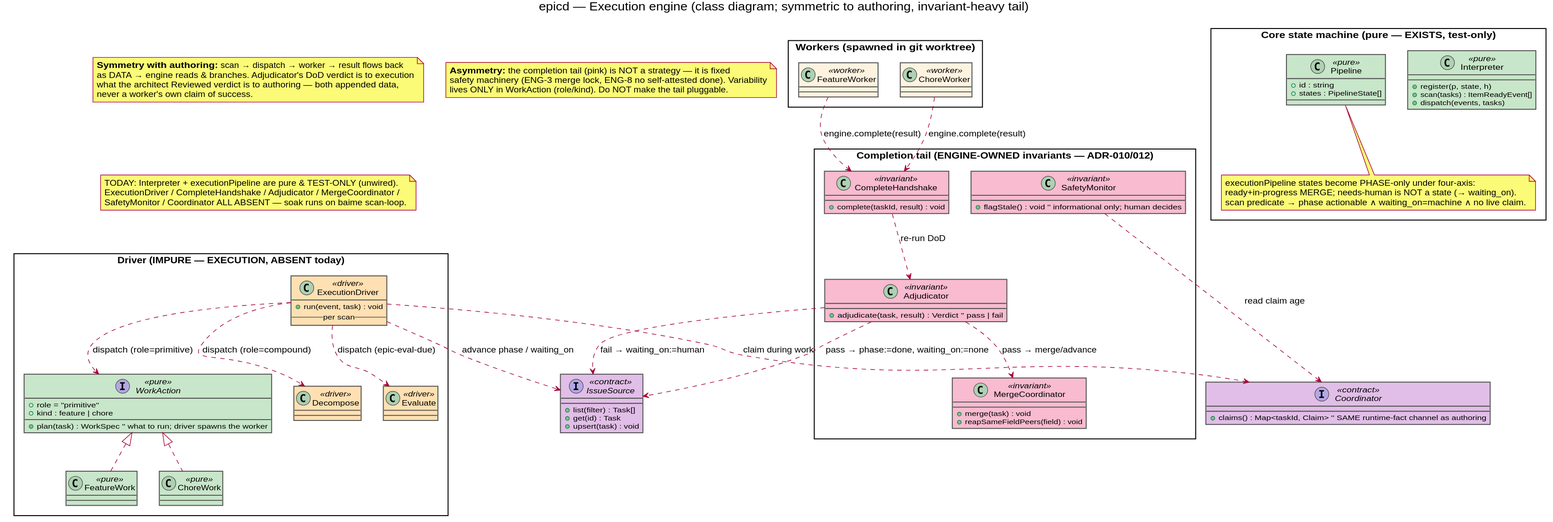
Before: docs/uml/epicd-execution-class.svg, a diagram exported from PlantUML (yaleh/epicd). The source it was exported from:
```plantuml
@startuml epicd-execution-class

skinparam backgroundColor #FFFFFF
skinparam shadowing false
skinparam class {
  BorderColor #555555
  BackgroundColor #E8F0FE
  BackgroundColor<<pure>> #C8E6C9
  BackgroundColor<<driver>> #FFE0B2
  BackgroundColor<<worker>> #FFF3E0
  BackgroundColor<<invariant>> #F8BBD0
  BackgroundColor<<contract>> #E1BEE7
}
skinparam packageStyle rectangle

title epicd — Execution engine (class diagram; symmetric to authoring, invariant-heavy tail)

package "Core state machine  (pure — EXISTS, test-only)" {
  class Interpreter <<pure>> {
    +register(p, state, h)
    +scan(tasks) : ItemReadyEvent[]
    +dispatch(events, tasks)
  }
  class Pipeline <<pure>> {
    +id : string
    +states : PipelineState[]
  }
  note bottom of Pipeline
    executionPipeline states become PHASE-only under four-axis:
    ready+in-progress MERGE; needs-human is NOT a state (→ waiting_on).
    scan predicate → phase actionable ∧ waiting_on=machine ∧ no live claim.
  end note
}

package "Driver  (IMPURE — EXECUTION, ABSENT today)" {
  class ExecutionDriver <<driver>> {
    +run(event, task) : void
    -- per scan --
  }
  interface WorkAction <<pure>> {
    +role = "primitive"
    +kind : feature | chore
    +plan(task) : WorkSpec   '' what to run; driver spawns the worker
  }
  class FeatureWork <<pure>> {
  }
  class ChoreWork <<pure>> {
  }
  class Decompose <<driver>> {
  }
  class Evaluate <<driver>> {
  }
  WorkAction <|.. FeatureWork
  WorkAction <|.. ChoreWork
  ExecutionDriver ..> WorkAction : dispatch (role=primitive)
  ExecutionDriver ..> Decompose : dispatch (role=compound)
  ExecutionDriver ..> Evaluate  : dispatch (epic-eval-due)
}

package "Workers  (spawned in git worktree)" {
  class FeatureWorker <<worker>> {
  }
  class ChoreWorker <<worker>> {
  }
}

package "Completion tail  (ENGINE-OWNED invariants — ADR-010/012)" {
  class CompleteHandshake <<invariant>> {
    +complete(taskId, result) : void
  }
  class Adjudicator <<invariant>> {
    +adjudicate(task, result) : Verdict   '' pass | fail
  }
  class MergeCoordinator <<invariant>> {
    +merge(task) : void
    +reapSameFieldPeers(field) : void
  }
  class SafetyMonitor <<invariant>> {
    +flagStale() : void   '' informational only; human decides
  }
  CompleteHandshake ..> Adjudicator : re-run DoD
  Adjudicator ..> MergeCoordinator : pass → merge/advance
}

interface IssueSource <<contract>> {
  +list(filter) : Task[]
  +get(id) : Task
  +upsert(task) : void
}
interface Coordinator <<contract>> {
  +claims() : Map<taskId, Claim>   '' SAME runtime-fact channel as authoring
}

ExecutionDriver ..> Coordinator : claim during work
ExecutionDriver ..> IssueSource : advance phase / waiting_on
FeatureWorker ..> CompleteHandshake : engine.complete(result)
ChoreWorker ..> CompleteHandshake : engine.complete(result)
Adjudicator ..> IssueSource : pass → phase:=done, waiting_on:=none
Adjudicator ..> IssueSource : fail → waiting_on:=human
SafetyMonitor ..> Coordinator : read claim age

note as N_symmetry
  **Symmetry with authoring:** scan → dispatch → worker → result flows back
  as DATA → engine reads & branches. Adjudicator's DoD verdict is to execution
  what the architect Reviewed verdict is to authoring — both appended data,
  never a worker's own claim of success.
end note
note as N_asymmetry
  **Asymmetry:** the completion tail (pink) is NOT a strategy — it is fixed
  safety machinery (ENG-3 merge lock, ENG-8 no self-attested done). Variability
  lives ONLY in WorkAction (role/kind). Do NOT make the tail pluggable.
end note
note as N_today
  TODAY: Interpreter + executionPipeline are pure & TEST-ONLY (unwired).
  ExecutionDriver / CompleteHandshake / Adjudicator / MergeCoordinator /
  SafetyMonitor / Coordinator ALL ABSENT — soak runs on baime scan-loop.
end note

@enduml
```
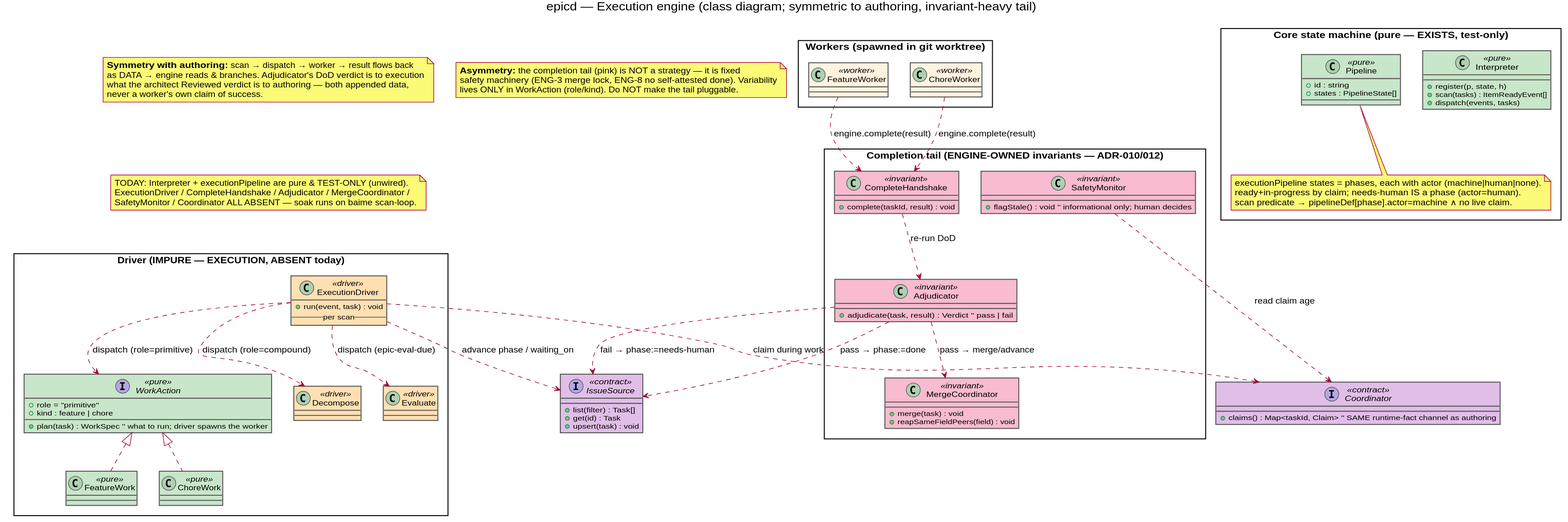
Above is the later version.

The edit, as a diff of the source:
```diff
@@ -26,9 +26,9 @@
     +states : PipelineState[]
   }
   note bottom of Pipeline
-    executionPipeline states become PHASE-only under four-axis:
-    ready+in-progress MERGE; needs-human is NOT a state (→ waiting_on).
-    scan predicate → phase actionable ∧ waiting_on=machine ∧ no live claim.
+    executionPipeline states = phases, each with actor (machine|human|none).
+    ready+in-progress by claim; needs-human IS a phase (actor=human).
+    scan predicate → pipelineDef[phase].actor=machine ∧ no live claim.
   end note
 }
 
@@ -95,8 +95,8 @@
 ExecutionDriver ..> IssueSource : advance phase / waiting_on
 FeatureWorker ..> CompleteHandshake : engine.complete(result)
 ChoreWorker ..> CompleteHandshake : engine.complete(result)
-Adjudicator ..> IssueSource : pass → phase:=done, waiting_on:=none
-Adjudicator ..> IssueSource : fail → waiting_on:=human
+Adjudicator ..> IssueSource : pass → phase:=done
+Adjudicator ..> IssueSource : fail → phase:=needs-human
 SafetyMonitor ..> Coordinator : read claim age
 
 note as N_symmetry
```
